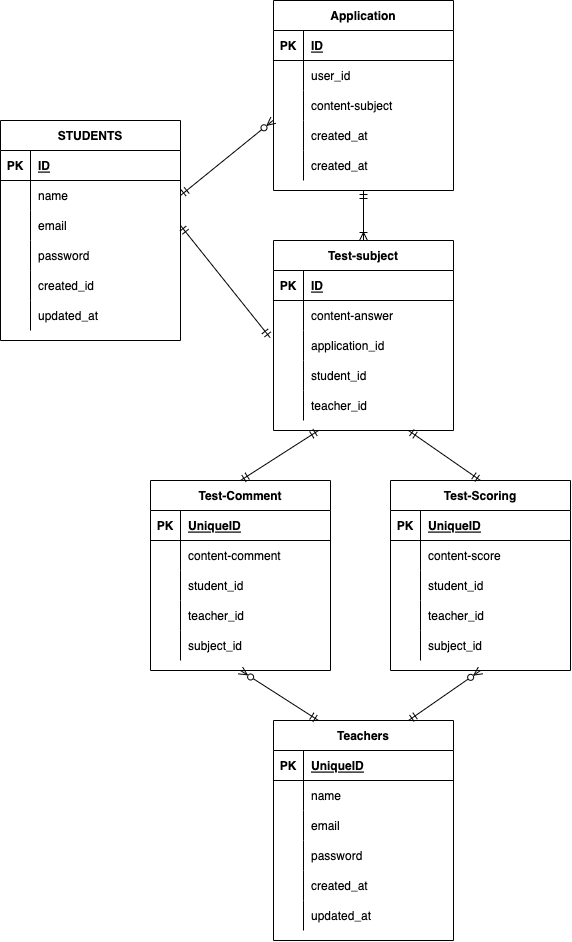
Above: DB_arrangemant.drawio.png in kengokonishi0824/DB-arrangement (draw.io), before the change. Source tidied: cells renumbered, new cells last; positions are measured from the earlier drawing's top-left corner, leaving out a move shared by most shapes.
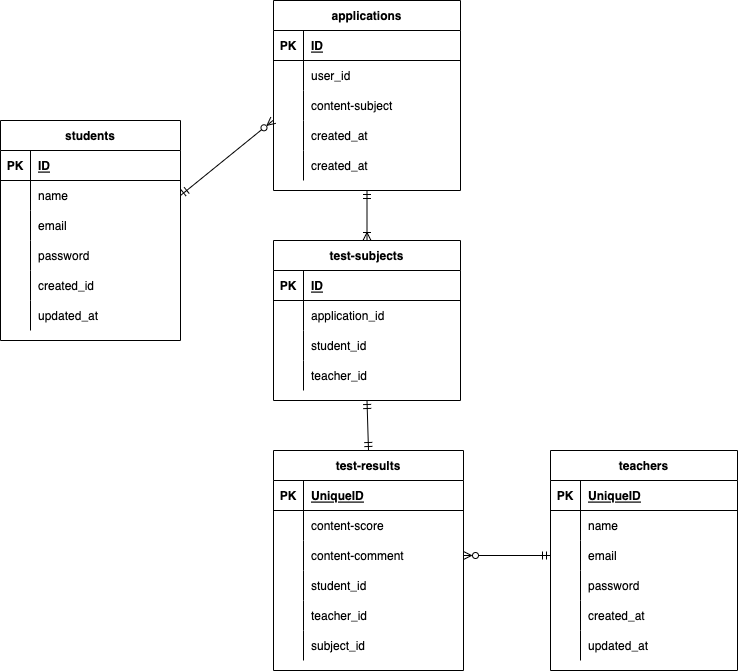
After the commit.

The edit, as a diff of the source:
```diff
@@ -4,3 +4,3 @@
     <mxCell id="1" parent="0" />
-    <mxCell id="2" value="STUDENTS" style="shape=table;startSize=30;rowLines=0;fontStyle=1;align=center;" parent="1" vertex="1">
+    <mxCell id="2" value="students" style="shape=table;startSize=30;rowLines=0;fontStyle=1;align=center;" parent="1" vertex="1">
       <mxGeometry y="120" width="180" height="220" as="geometry" />
@@ -61,7 +61,7 @@
     </mxCell>
-    <mxCell id="21" value="Teachers" style="shape=table;startSize=30;rowLines=0;fontStyle=1;align=center;" parent="1" vertex="1">
-      <mxGeometry x="273" y="720" width="180" height="220" as="geometry" />
+    <mxCell id="21" value="teachers" style="shape=table;startSize=30;rowLines=0;fontStyle=1;align=center;" parent="1" vertex="1">
+      <mxGeometry x="550" y="450" width="187" height="220" as="geometry" />
     </mxCell>
     <mxCell id="22" style="shape=partialRectangle;fillColor=none;top=0;left=0;bottom=1;right=0;" parent="21" vertex="1">
-      <mxGeometry y="30" width="180" height="30" as="geometry" />
+      <mxGeometry y="30" width="187" height="30" as="geometry" />
     </mxCell>
@@ -71,6 +71,6 @@
     <mxCell id="24" value="UniqueID" style="shape=partialRectangle;fillColor=none;top=0;left=0;bottom=0;right=0;align=left;spacingLeft=6;fontStyle=5;overflow=hidden;" parent="22" vertex="1">
-      <mxGeometry x="30" width="150" height="30" as="geometry" />
+      <mxGeometry x="30" width="157" height="30" as="geometry" />
     </mxCell>
     <mxCell id="25" style="shape=partialRectangle;fillColor=none;top=0;left=0;bottom=0;right=0;" parent="21" vertex="1">
-      <mxGeometry y="60" width="180" height="30" as="geometry" />
+      <mxGeometry y="60" width="187" height="30" as="geometry" />
     </mxCell>
@@ -80,6 +80,6 @@
     <mxCell id="27" value="name" style="shape=partialRectangle;fillColor=none;top=0;left=0;bottom=0;right=0;align=left;spacingLeft=6;overflow=hidden;" parent="25" vertex="1">
-      <mxGeometry x="30" width="150" height="30" as="geometry" />
+      <mxGeometry x="30" width="157" height="30" as="geometry" />
     </mxCell>
     <mxCell id="28" style="shape=partialRectangle;fillColor=none;top=0;left=0;bottom=0;right=0;points=[[0,0.5],[1,0.5]];portConstraint=eastwest;" parent="21" vertex="1">
-      <mxGeometry y="90" width="180" height="30" as="geometry" />
+      <mxGeometry y="90" width="187" height="30" as="geometry" />
     </mxCell>
@@ -89,6 +89,6 @@
     <mxCell id="30" value="email" style="shape=partialRectangle;fillColor=none;top=0;left=0;bottom=0;right=0;align=left;spacingLeft=6;overflow=hidden;" parent="28" vertex="1">
-      <mxGeometry x="30" width="150" height="30" as="geometry" />
+      <mxGeometry x="30" width="157" height="30" as="geometry" />
     </mxCell>
     <mxCell id="31" style="shape=partialRectangle;fillColor=none;top=0;left=0;bottom=0;right=0;" parent="21" vertex="1">
-      <mxGeometry y="120" width="180" height="30" as="geometry" />
+      <mxGeometry y="120" width="187" height="30" as="geometry" />
     </mxCell>
@@ -98,6 +98,6 @@
     <mxCell id="33" value="password" style="shape=partialRectangle;fillColor=none;top=0;left=0;bottom=0;right=0;align=left;spacingLeft=6;overflow=hidden;" parent="31" vertex="1">
-      <mxGeometry x="30" width="150" height="30" as="geometry" />
+      <mxGeometry x="30" width="157" height="30" as="geometry" />
     </mxCell>
     <mxCell id="34" style="shape=partialRectangle;fillColor=none;top=0;left=0;bottom=0;right=0;" parent="21" vertex="1">
-      <mxGeometry y="150" width="180" height="30" as="geometry" />
+      <mxGeometry y="150" width="187" height="30" as="geometry" />
     </mxCell>
@@ -107,6 +107,6 @@
     <mxCell id="36" value="created_at" style="shape=partialRectangle;fillColor=none;top=0;left=0;bottom=0;right=0;align=left;spacingLeft=6;overflow=hidden;" parent="34" vertex="1">
-      <mxGeometry x="30" width="150" height="30" as="geometry" />
+      <mxGeometry x="30" width="157" height="30" as="geometry" />
     </mxCell>
     <mxCell id="37" style="shape=partialRectangle;fillColor=none;top=0;left=0;bottom=0;right=0;" parent="21" vertex="1">
-      <mxGeometry y="180" width="180" height="30" as="geometry" />
+      <mxGeometry y="180" width="187" height="30" as="geometry" />
     </mxCell>
@@ -116,9 +116,9 @@
     <mxCell id="39" value="updated_at" style="shape=partialRectangle;fillColor=none;top=0;left=0;bottom=0;right=0;align=left;spacingLeft=6;overflow=hidden;" parent="37" vertex="1">
-      <mxGeometry x="30" width="150" height="30" as="geometry" />
+      <mxGeometry x="30" width="157" height="30" as="geometry" />
     </mxCell>
-    <mxCell id="40" value="Test-Scoring" style="shape=table;startSize=30;rowLines=0;fontStyle=1;align=center;" parent="1" vertex="1">
-      <mxGeometry x="390" y="480" width="180" height="190" as="geometry" />
+    <mxCell id="40" value="test-results" style="shape=table;startSize=30;rowLines=0;fontStyle=1;align=center;" parent="1" vertex="1">
+      <mxGeometry x="273" y="450" width="190" height="220" as="geometry" />
     </mxCell>
     <mxCell id="41" style="shape=partialRectangle;fillColor=none;top=0;left=0;bottom=1;right=0;" parent="40" vertex="1">
-      <mxGeometry y="30" width="180" height="30" as="geometry" />
+      <mxGeometry y="30" width="190" height="30" as="geometry" />
     </mxCell>
@@ -128,6 +128,6 @@
     <mxCell id="43" value="UniqueID" style="shape=partialRectangle;fillColor=none;top=0;left=0;bottom=0;right=0;align=left;spacingLeft=6;fontStyle=5;overflow=hidden;" parent="41" vertex="1">
-      <mxGeometry x="30" width="150" height="30" as="geometry" />
+      <mxGeometry x="30" width="160" height="30" as="geometry" />
     </mxCell>
     <mxCell id="44" style="shape=partialRectangle;fillColor=none;top=0;left=0;bottom=0;right=0;" parent="40" vertex="1">
-      <mxGeometry y="60" width="180" height="30" as="geometry" />
+      <mxGeometry y="60" width="190" height="30" as="geometry" />
     </mxCell>
@@ -137,6 +137,15 @@
     <mxCell id="46" value="content-score" style="shape=partialRectangle;fillColor=none;top=0;left=0;bottom=0;right=0;align=left;spacingLeft=6;overflow=hidden;" parent="44" vertex="1">
-      <mxGeometry x="30" width="150" height="30" as="geometry" />
+      <mxGeometry x="30" width="160" height="30" as="geometry" />
     </mxCell>
+    <mxCell id="111" style="shape=partialRectangle;fillColor=none;top=0;left=0;bottom=0;right=0;points=[[0,0.5],[1,0.5]];portConstraint=eastwest;" parent="40" vertex="1">
+      <mxGeometry y="90" width="190" height="30" as="geometry" />
+    </mxCell>
+    <mxCell id="112" style="shape=partialRectangle;fillColor=none;top=0;left=0;bottom=0;right=0;overflow=hidden;" parent="111" vertex="1">
+      <mxGeometry width="30" height="30" as="geometry" />
+    </mxCell>
+    <mxCell id="62" value="content-comment" style="shape=partialRectangle;fillColor=none;top=0;left=0;bottom=0;right=0;align=left;spacingLeft=6;overflow=hidden;" parent="111" vertex="1">
+      <mxGeometry x="30" width="160" height="30" as="geometry" />
+    </mxCell>
     <mxCell id="47" style="shape=partialRectangle;fillColor=none;top=0;left=0;bottom=0;right=0;" parent="40" vertex="1">
-      <mxGeometry y="90" width="180" height="30" as="geometry" />
+      <mxGeometry y="120" width="190" height="30" as="geometry" />
     </mxCell>
@@ -146,6 +155,6 @@
     <mxCell id="49" value="student_id" style="shape=partialRectangle;fillColor=none;top=0;left=0;bottom=0;right=0;align=left;spacingLeft=6;overflow=hidden;" parent="47" vertex="1">
-      <mxGeometry x="30" width="150" height="30" as="geometry" />
+      <mxGeometry x="30" width="160" height="30" as="geometry" />
     </mxCell>
     <mxCell id="50" style="shape=partialRectangle;fillColor=none;top=0;left=0;bottom=0;right=0;" parent="40" vertex="1">
-      <mxGeometry y="120" width="180" height="30" as="geometry" />
+      <mxGeometry y="150" width="190" height="30" as="geometry" />
     </mxCell>
@@ -155,6 +164,6 @@
     <mxCell id="52" value="teacher_id" style="shape=partialRectangle;fillColor=none;top=0;left=0;bottom=0;right=0;align=left;spacingLeft=6;overflow=hidden;" parent="50" vertex="1">
-      <mxGeometry x="30" width="150" height="30" as="geometry" />
+      <mxGeometry x="30" width="160" height="30" as="geometry" />
     </mxCell>
     <mxCell id="53" style="shape=partialRectangle;fillColor=none;top=0;left=0;bottom=0;right=0;" parent="40" vertex="1">
-      <mxGeometry y="150" width="180" height="30" as="geometry" />
+      <mxGeometry y="180" width="190" height="30" as="geometry" />
     </mxCell>
@@ -164,57 +173,9 @@
     <mxCell id="55" value="subject_id" style="shape=partialRectangle;fillColor=none;top=0;left=0;bottom=0;right=0;align=left;spacingLeft=6;overflow=hidden;" parent="53" vertex="1">
-      <mxGeometry x="30" width="150" height="30" as="geometry" />
+      <mxGeometry x="30" width="160" height="30" as="geometry" />
     </mxCell>
-    <mxCell id="56" value="Test-Comment" style="shape=table;startSize=30;rowLines=0;fontStyle=1;align=center;" parent="1" vertex="1">
-      <mxGeometry x="150" y="480" width="180" height="190" as="geometry" />
-    </mxCell>
-    <mxCell id="57" style="shape=partialRectangle;fillColor=none;top=0;left=0;bottom=1;right=0;" parent="56" vertex="1">
-      <mxGeometry y="30" width="180" height="30" as="geometry" />
-    </mxCell>
-    <mxCell id="58" value="PK" style="shape=partialRectangle;fillColor=none;top=0;left=0;bottom=0;right=0;fontStyle=1;overflow=hidden;" parent="57" vertex="1">
-      <mxGeometry width="30" height="30" as="geometry" />
-    </mxCell>
-    <mxCell id="59" value="UniqueID" style="shape=partialRectangle;fillColor=none;top=0;left=0;bottom=0;right=0;align=left;spacingLeft=6;fontStyle=5;overflow=hidden;" parent="57" vertex="1">
-      <mxGeometry x="30" width="150" height="30" as="geometry" />
-    </mxCell>
-    <mxCell id="60" style="shape=partialRectangle;fillColor=none;top=0;left=0;bottom=0;right=0;" parent="56" vertex="1">
-      <mxGeometry y="60" width="180" height="30" as="geometry" />
-    </mxCell>
-    <mxCell id="61" style="shape=partialRectangle;fillColor=none;top=0;left=0;bottom=0;right=0;overflow=hidden;" parent="60" vertex="1">
-      <mxGeometry width="30" height="30" as="geometry" />
-    </mxCell>
-    <mxCell id="62" value="content-comment" style="shape=partialRectangle;fillColor=none;top=0;left=0;bottom=0;right=0;align=left;spacingLeft=6;overflow=hidden;" parent="60" vertex="1">
-      <mxGeometry x="30" width="150" height="30" as="geometry" />
-    </mxCell>
-    <mxCell id="63" style="shape=partialRectangle;fillColor=none;top=0;left=0;bottom=0;right=0;" parent="56" vertex="1">
-      <mxGeometry y="90" width="180" height="30" as="geometry" />
-    </mxCell>
-    <mxCell id="64" style="shape=partialRectangle;fillColor=none;top=0;left=0;bottom=0;right=0;overflow=hidden;" parent="63" vertex="1">
-      <mxGeometry width="30" height="30" as="geometry" />
-    </mxCell>
-    <mxCell id="65" value="student_id" style="shape=partialRectangle;fillColor=none;top=0;left=0;bottom=0;right=0;align=left;spacingLeft=6;overflow=hidden;" parent="63" vertex="1">
-      <mxGeometry x="30" width="150" height="30" as="geometry" />
-    </mxCell>
-    <mxCell id="66" style="shape=partialRectangle;fillColor=none;top=0;left=0;bottom=0;right=0;" parent="56" vertex="1">
-      <mxGeometry y="120" width="180" height="30" as="geometry" />
-    </mxCell>
-    <mxCell id="67" style="shape=partialRectangle;fillColor=none;top=0;left=0;bottom=0;right=0;overflow=hidden;" parent="66" vertex="1">
-      <mxGeometry width="30" height="30" as="geometry" />
-    </mxCell>
-    <mxCell id="68" value="teacher_id" style="shape=partialRectangle;fillColor=none;top=0;left=0;bottom=0;right=0;align=left;spacingLeft=6;overflow=hidden;" parent="66" vertex="1">
-      <mxGeometry x="30" width="150" height="30" as="geometry" />
-    </mxCell>
-    <mxCell id="69" style="shape=partialRectangle;fillColor=none;top=0;left=0;bottom=0;right=0;" parent="56" vertex="1">
-      <mxGeometry y="150" width="180" height="30" as="geometry" />
-    </mxCell>
-    <mxCell id="70" style="shape=partialRectangle;fillColor=none;top=0;left=0;bottom=0;right=0;overflow=hidden;" parent="69" vertex="1">
-      <mxGeometry width="30" height="30" as="geometry" />
-    </mxCell>
-    <mxCell id="71" value="subject_id" style="shape=partialRectangle;fillColor=none;top=0;left=0;bottom=0;right=0;align=left;spacingLeft=6;overflow=hidden;" parent="69" vertex="1">
-      <mxGeometry x="30" width="150" height="30" as="geometry" />
-    </mxCell>
-    <mxCell id="72" value="Application" style="shape=table;startSize=30;rowLines=0;fontStyle=1;align=center;" parent="1" vertex="1">
-      <mxGeometry x="273" width="180" height="190" as="geometry" />
+    <mxCell id="72" value="applications" style="shape=table;startSize=30;rowLines=0;fontStyle=1;align=center;" parent="1" vertex="1">
+      <mxGeometry x="273" width="187" height="190" as="geometry" />
     </mxCell>
     <mxCell id="73" style="shape=partialRectangle;fillColor=none;top=0;left=0;bottom=1;right=0;" parent="72" vertex="1">
-      <mxGeometry y="30" width="180" height="30" as="geometry" />
+      <mxGeometry y="30" width="187" height="30" as="geometry" />
     </mxCell>
@@ -224,6 +185,6 @@
     <mxCell id="75" value="ID" style="shape=partialRectangle;fillColor=none;top=0;left=0;bottom=0;right=0;align=left;spacingLeft=6;fontStyle=5;overflow=hidden;" parent="73" vertex="1">
-      <mxGeometry x="30" width="150" height="30" as="geometry" />
+      <mxGeometry x="30" width="157" height="30" as="geometry" />
     </mxCell>
     <mxCell id="76" style="shape=partialRectangle;fillColor=none;top=0;left=0;bottom=0;right=0;" parent="72" vertex="1">
-      <mxGeometry y="60" width="180" height="30" as="geometry" />
+      <mxGeometry y="60" width="187" height="30" as="geometry" />
     </mxCell>
@@ -233,6 +194,6 @@
     <mxCell id="78" value="user_id" style="shape=partialRectangle;fillColor=none;top=0;left=0;bottom=0;right=0;align=left;spacingLeft=6;overflow=hidden;" parent="76" vertex="1">
-      <mxGeometry x="30" width="150" height="30" as="geometry" />
+      <mxGeometry x="30" width="157" height="30" as="geometry" />
     </mxCell>
     <mxCell id="79" style="shape=partialRectangle;fillColor=none;top=0;left=0;bottom=0;right=0;" parent="72" vertex="1">
-      <mxGeometry y="90" width="180" height="30" as="geometry" />
+      <mxGeometry y="90" width="187" height="30" as="geometry" />
     </mxCell>
@@ -242,6 +203,6 @@
     <mxCell id="81" value="content-subject" style="shape=partialRectangle;fillColor=none;top=0;left=0;bottom=0;right=0;align=left;spacingLeft=6;overflow=hidden;" parent="79" vertex="1">
-      <mxGeometry x="30" width="150" height="30" as="geometry" />
+      <mxGeometry x="30" width="157" height="30" as="geometry" />
     </mxCell>
     <mxCell id="82" style="shape=partialRectangle;fillColor=none;top=0;left=0;bottom=0;right=0;points=[[0,0.5],[1,0.5]];portConstraint=eastwest;" parent="72" vertex="1">
-      <mxGeometry y="120" width="180" height="30" as="geometry" />
+      <mxGeometry y="120" width="187" height="30" as="geometry" />
     </mxCell>
@@ -251,6 +212,6 @@
     <mxCell id="84" value="created_at" style="shape=partialRectangle;fillColor=none;top=0;left=0;bottom=0;right=0;align=left;spacingLeft=6;overflow=hidden;" parent="82" vertex="1">
-      <mxGeometry x="30" width="150" height="30" as="geometry" />
+      <mxGeometry x="30" width="157" height="30" as="geometry" />
     </mxCell>
     <mxCell id="85" style="shape=partialRectangle;fillColor=none;top=0;left=0;bottom=0;right=0;" parent="72" vertex="1">
-      <mxGeometry y="150" width="180" height="30" as="geometry" />
+      <mxGeometry y="150" width="187" height="30" as="geometry" />
     </mxCell>
@@ -260,9 +221,9 @@
     <mxCell id="87" value="created_at" style="shape=partialRectangle;fillColor=none;top=0;left=0;bottom=0;right=0;align=left;spacingLeft=6;overflow=hidden;" parent="85" vertex="1">
-      <mxGeometry x="30" width="150" height="30" as="geometry" />
+      <mxGeometry x="30" width="157" height="30" as="geometry" />
     </mxCell>
-    <mxCell id="88" value="Test-subject" style="shape=table;startSize=30;rowLines=0;fontStyle=1;align=center;" parent="1" vertex="1">
-      <mxGeometry x="273" y="240" width="180" height="190" as="geometry" />
+    <mxCell id="88" value="test-subjects" style="shape=table;startSize=30;rowLines=0;fontStyle=1;align=center;" parent="1" vertex="1">
+      <mxGeometry x="273" y="240" width="187" height="160" as="geometry" />
     </mxCell>
     <mxCell id="89" style="shape=partialRectangle;fillColor=none;top=0;left=0;bottom=1;right=0;" parent="88" vertex="1">
-      <mxGeometry y="30" width="180" height="30" as="geometry" />
+      <mxGeometry y="30" width="187" height="30" as="geometry" />
     </mxCell>
@@ -272,15 +233,6 @@
     <mxCell id="91" value="ID" style="shape=partialRectangle;fillColor=none;top=0;left=0;bottom=0;right=0;align=left;spacingLeft=6;fontStyle=5;overflow=hidden;" parent="89" vertex="1">
-      <mxGeometry x="30" width="150" height="30" as="geometry" />
+      <mxGeometry x="30" width="157" height="30" as="geometry" />
     </mxCell>
-    <mxCell id="92" style="shape=partialRectangle;fillColor=none;top=0;left=0;bottom=0;right=0;" parent="88" vertex="1">
-      <mxGeometry y="60" width="180" height="30" as="geometry" />
-    </mxCell>
-    <mxCell id="93" style="shape=partialRectangle;fillColor=none;top=0;left=0;bottom=0;right=0;overflow=hidden;" parent="92" vertex="1">
-      <mxGeometry width="30" height="30" as="geometry" />
-    </mxCell>
-    <mxCell id="94" value="content-answer" style="shape=partialRectangle;fillColor=none;top=0;left=0;bottom=0;right=0;align=left;spacingLeft=6;overflow=hidden;" parent="92" vertex="1">
-      <mxGeometry x="30" width="150" height="30" as="geometry" />
-    </mxCell>
     <mxCell id="95" style="shape=partialRectangle;fillColor=none;top=0;left=0;bottom=0;right=0;points=[[0,0.5],[1,0.5]];portConstraint=eastwest;" parent="88" vertex="1">
-      <mxGeometry y="90" width="180" height="30" as="geometry" />
+      <mxGeometry y="60" width="187" height="30" as="geometry" />
     </mxCell>
@@ -290,6 +242,6 @@
     <mxCell id="97" value="application_id" style="shape=partialRectangle;fillColor=none;top=0;left=0;bottom=0;right=0;align=left;spacingLeft=6;overflow=hidden;" parent="95" vertex="1">
-      <mxGeometry x="30" width="150" height="30" as="geometry" />
+      <mxGeometry x="30" width="157" height="30" as="geometry" />
     </mxCell>
     <mxCell id="98" style="shape=partialRectangle;fillColor=none;top=0;left=0;bottom=0;right=0;" parent="88" vertex="1">
-      <mxGeometry y="120" width="180" height="30" as="geometry" />
+      <mxGeometry y="90" width="187" height="30" as="geometry" />
     </mxCell>
@@ -299,6 +251,6 @@
     <mxCell id="100" value="student_id" style="shape=partialRectangle;fillColor=none;top=0;left=0;bottom=0;right=0;align=left;spacingLeft=6;overflow=hidden;" parent="98" vertex="1">
-      <mxGeometry x="30" width="150" height="30" as="geometry" />
+      <mxGeometry x="30" width="157" height="30" as="geometry" />
     </mxCell>
     <mxCell id="101" style="shape=partialRectangle;fillColor=none;top=0;left=0;bottom=0;right=0;" parent="88" vertex="1">
-      <mxGeometry y="150" width="180" height="30" as="geometry" />
+      <mxGeometry y="120" width="187" height="30" as="geometry" />
     </mxCell>
@@ -308,3 +260,3 @@
     <mxCell id="103" value="teacher_id" style="shape=partialRectangle;fillColor=none;top=0;left=0;bottom=0;right=0;align=left;spacingLeft=6;overflow=hidden;" parent="101" vertex="1">
-      <mxGeometry x="30" width="150" height="30" as="geometry" />
+      <mxGeometry x="30" width="157" height="30" as="geometry" />
     </mxCell>
@@ -313,5 +265,2 @@
     </mxCell>
-    <mxCell id="105" style="fontSize=12;html=1;endArrow=ERmandOne;startArrow=ERmandOne;endFill=0;startFill=0;entryX=-0.019;entryY=0.237;entryDx=0;entryDy=0;entryPerimeter=0;exitX=1;exitY=0.5;exitDx=0;exitDy=0;" parent="1" edge="1" source="9" target="95">
-      <mxGeometry relative="1" as="geometry" />
-    </mxCell>
     <mxCell id="106" style="fontSize=12;html=1;endArrow=ERmandOne;startArrow=ERoneToMany;endFill=0;startFill=0;entryX=0.5;entryY=1;entryDx=0;entryDy=0;exitX=0.5;exitY=0;exitDx=0;exitDy=0;" parent="1" edge="1" source="88" target="72">
@@ -319,12 +268,6 @@
     </mxCell>
-    <mxCell id="107" style="fontSize=12;html=1;endArrow=ERmandOne;startArrow=ERmandOne;endFill=0;startFill=0;exitX=0.5;exitY=0;exitDx=0;exitDy=0;entryX=0.25;entryY=1;entryDx=0;entryDy=0;" parent="1" edge="1" source="56" target="88">
-      <mxGeometry relative="1" as="geometry" />
-    </mxCell>
-    <mxCell id="108" style="fontSize=12;html=1;endArrow=ERmandOne;startArrow=ERmandOne;endFill=0;startFill=0;exitX=0.5;exitY=0;exitDx=0;exitDy=0;entryX=0.75;entryY=1;entryDx=0;entryDy=0;" parent="1" edge="1" source="40" target="88">
+    <mxCell id="108" style="fontSize=12;html=1;endArrow=ERmandOne;startArrow=ERmandOne;endFill=0;startFill=0;exitX=0.5;exitY=0;exitDx=0;exitDy=0;entryX=0.5;entryY=1;entryDx=0;entryDy=0;" parent="1" edge="1" source="40" target="88">
       <mxGeometry relative="1" as="geometry" />
     </mxCell>
-    <mxCell id="109" style="fontSize=12;html=1;endArrow=ERmandOne;startArrow=ERzeroToMany;endFill=0;startFill=0;exitX=0.5;exitY=1;exitDx=0;exitDy=0;entryX=0.25;entryY=0;entryDx=0;entryDy=0;" parent="1" edge="1" source="56" target="21">
-      <mxGeometry relative="1" as="geometry" />
-    </mxCell>
-    <mxCell id="110" style="fontSize=12;html=1;endArrow=ERmandOne;startArrow=ERzeroToMany;endFill=0;startFill=0;exitX=0.5;exitY=1;exitDx=0;exitDy=0;entryX=0.75;entryY=0;entryDx=0;entryDy=0;" parent="1" edge="1" source="40" target="21">
+    <mxCell id="110" style="fontSize=12;html=1;endArrow=ERmandOne;startArrow=ERzeroToMany;endFill=0;startFill=0;exitX=1;exitY=0.5;exitDx=0;exitDy=0;entryX=0;entryY=0.5;entryDx=0;entryDy=0;" parent="1" edge="1" source="111" target="28">
       <mxGeometry relative="1" as="geometry" />
```
